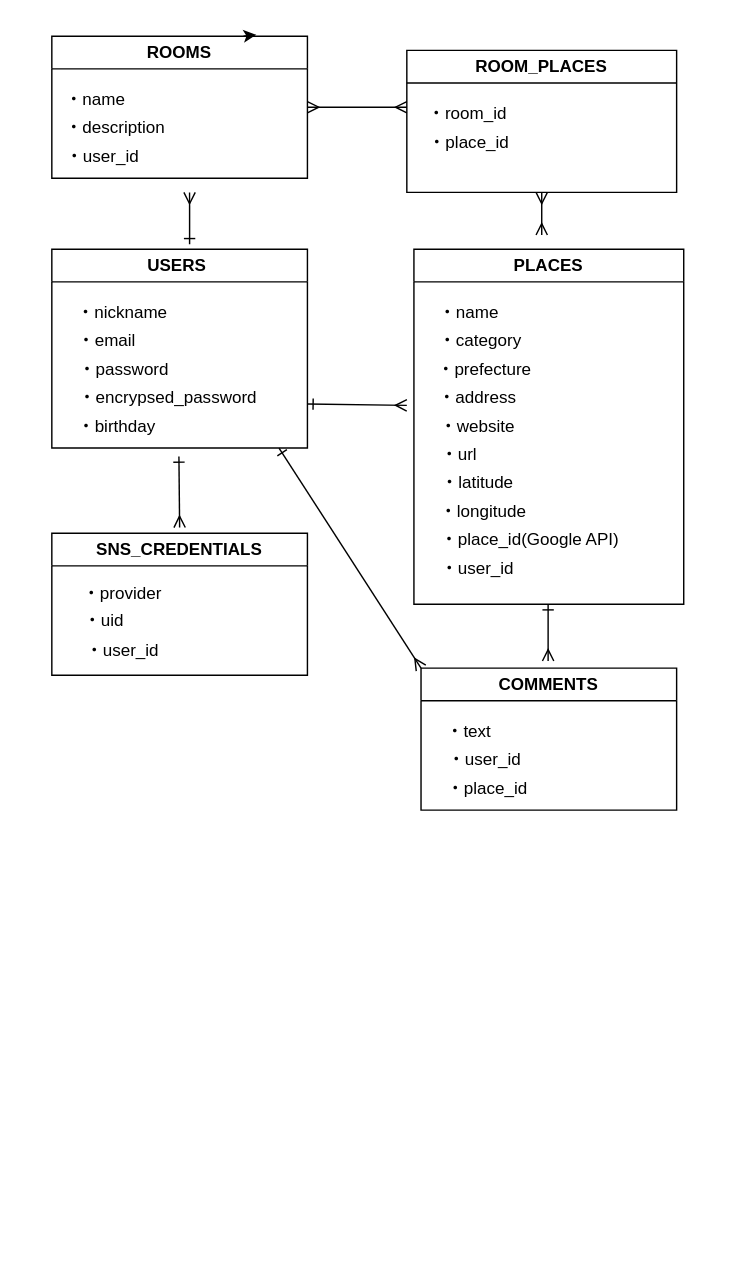
Above: mu5.dio in ayako-k2/mu5 (draw.io), before the change. Source tidied: cells renumbered, new cells numbered last; positions are measured from the earlier drawing's top-left corner, leaving out a move shared by most shapes. Both pictures are drawn from the tidied source at 142%, with x=0, y=0 at pixel (24, 36).
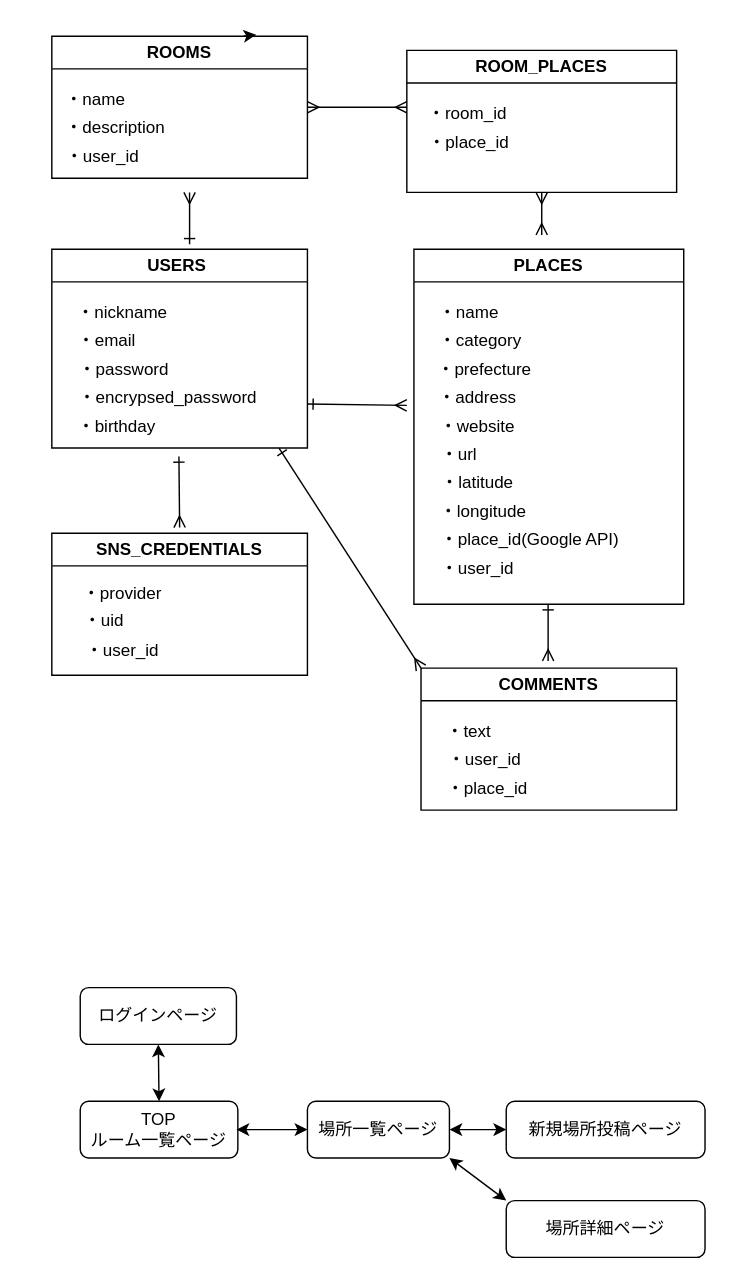
The same diagram, later.

What changed in the source:
```diff
@@
+    <mxCell id="42" value="TOP&lt;br&gt;ルーム一覧ページ" style="rounded=1;whiteSpace=wrap;html=1;" parent="1" vertex="1">
+      <mxGeometry x="39" y="750" width="111" height="40" as="geometry" />
+    </mxCell>
+    <mxCell id="43" value="場所一覧ページ" style="rounded=1;whiteSpace=wrap;html=1;" parent="1" vertex="1">
+      <mxGeometry x="199" y="750" width="100" height="40" as="geometry" />
+    </mxCell>
+    <mxCell id="44" value="ログインページ" style="rounded=1;whiteSpace=wrap;html=1;" parent="1" vertex="1">
+      <mxGeometry x="39" y="670" width="110" height="40" as="geometry" />
+    </mxCell>
+    <mxCell id="45" value="場所詳細ページ" style="rounded=1;whiteSpace=wrap;html=1;" parent="1" vertex="1">
+      <mxGeometry x="339" y="820" width="140" height="40" as="geometry" />
+    </mxCell>
+    <mxCell id="46" value="新規場所投稿ページ" style="rounded=1;whiteSpace=wrap;html=1;" parent="1" vertex="1">
+      <mxGeometry x="339" y="750" width="140" height="40" as="geometry" />
+    </mxCell>
+    <mxCell id="47" style="endArrow=classic;startArrow=classic;html=1;exitX=0.5;exitY=0;exitDx=0;exitDy=0;entryX=0.5;entryY=1;entryDx=0;entryDy=0;" parent="1" edge="1" source="42" target="44">
+      <mxGeometry relative="1" as="geometry" />
+    </mxCell>
+    <mxCell id="48" style="endArrow=classic;startArrow=classic;html=1;entryX=0;entryY=0.5;entryDx=0;entryDy=0;" parent="1" edge="1" target="43">
+      <mxGeometry relative="1" as="geometry">
+        <mxPoint x="149" y="770" as="sourcePoint" />
+      </mxGeometry>
+    </mxCell>
+    <mxCell id="49" style="endArrow=classic;startArrow=classic;html=1;entryX=0;entryY=0.5;entryDx=0;entryDy=0;exitX=1;exitY=0.5;exitDx=0;exitDy=0;" parent="1" edge="1" source="43" target="46">
+      <mxGeometry relative="1" as="geometry" />
+    </mxCell>
+    <mxCell id="50" style="endArrow=classic;startArrow=classic;html=1;entryX=0;entryY=0;entryDx=0;entryDy=0;exitX=1;exitY=1;exitDx=0;exitDy=0;" parent="1" edge="1" source="43" target="45">
+      <mxGeometry relative="1" as="geometry" />
+    </mxCell>
```
